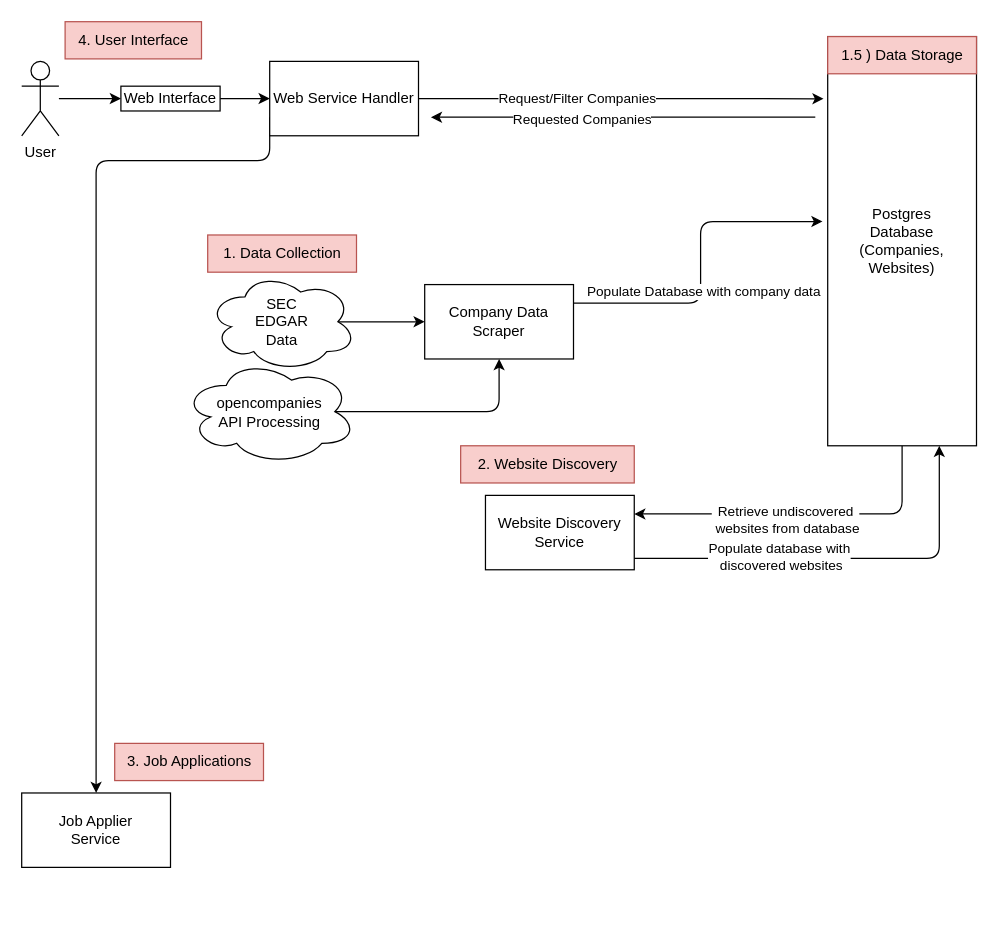
Before: system_diagram.drawio in EatonWu/search_and_apply, a draw.io diagram. Source tidied: cells renumbered, new cells numbered last; positions are measured from the earlier drawing's top-left corner, leaving out a move shared by most shapes. Both pictures are drawn from the tidied source at 124%, with x=0, y=0 at pixel (21, 21).
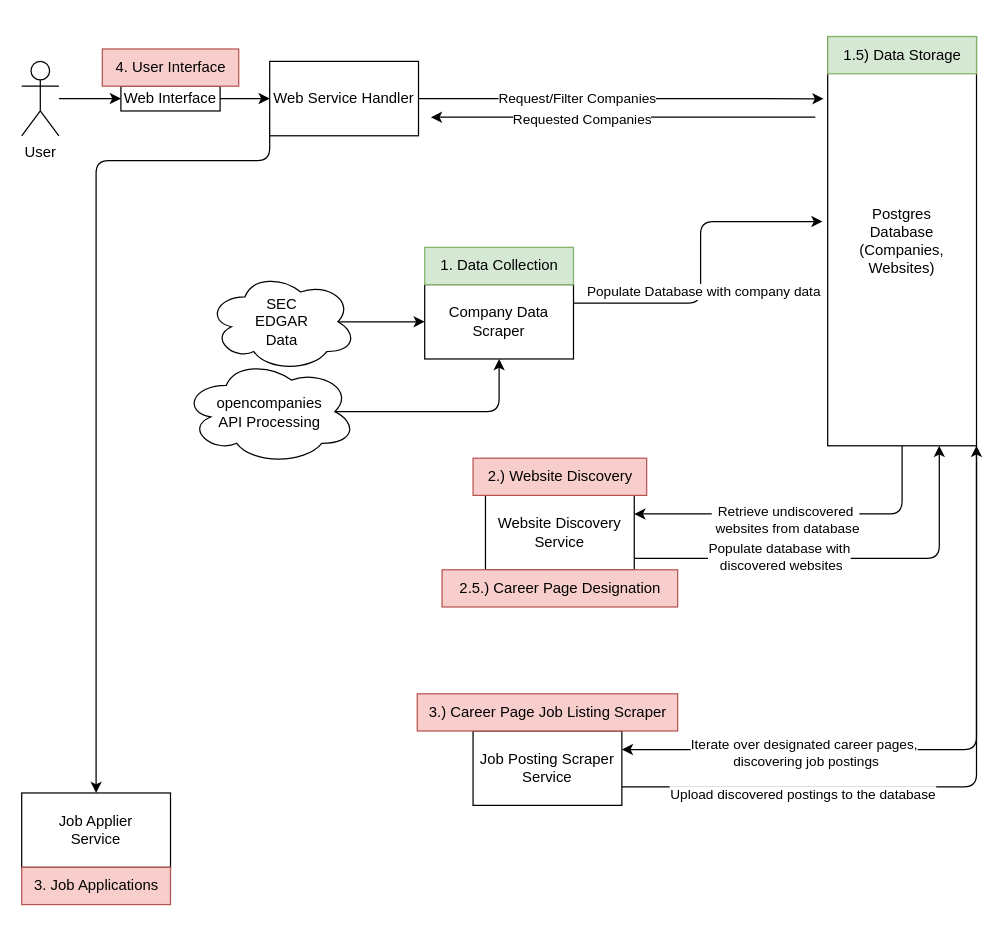
The same page after the edit.

Commit message:
Added new service to system diagram plan

Unchanged cells that the change refers to:
```xml
<mxCell id="10" value="Postgres&lt;br&gt;Database&lt;br&gt;(Companies, Websites)" style="rounded=0;whiteSpace=wrap;html=1;" parent="1" vertex="1">
  <mxGeometry x="650" y="12" width="120" height="330" as="geometry" />
</mxCell>
```

Change to the diagram source:
```diff
@@
+    <mxCell id="31" style="edgeStyle=orthogonalEdgeStyle;jettySize=auto;html=1;exitX=1;exitY=1;exitDx=0;exitDy=0;entryX=1;entryY=0.25;entryDx=0;entryDy=0;" parent="1" edge="1" source="10" target="36">
+      <mxGeometry relative="1" as="geometry" />
+    </mxCell>
+    <mxCell id="32" value="Iterate over designated career pages,&lt;br&gt;&amp;nbsp;discovering job postings" style="edgeLabel;html=1;align=center;verticalAlign=middle;" parent="31" vertex="1">
+      <mxGeometry x="0.65" y="2" relative="1" as="geometry">
+        <mxPoint x="53" as="offset" />
+      </mxGeometry>
+    </mxCell>
@@
-    <mxCell id="26" value="1. Data Collection" style="text;html=1;align=center;verticalAlign=middle;strokeColor=#b85450;fillColor=#f8cecc;" parent="1" vertex="1">
-      <mxGeometry x="150" y="172" width="120" height="30" as="geometry" />
+    <mxCell id="26" value="1. Data Collection" style="text;html=1;align=center;verticalAlign=middle;strokeColor=#82b366;fillColor=#d5e8d4;" parent="1" vertex="1">
+      <mxGeometry x="325" y="182" width="120" height="30" as="geometry" />
     </mxCell>
-    <mxCell id="27" value="2. Website Discovery" style="text;html=1;align=center;verticalAlign=middle;strokeColor=#b85450;fillColor=#f8cecc;" parent="1" vertex="1">
-      <mxGeometry x="354" y="342" width="140" height="30" as="geometry" />
+    <mxCell id="27" value="2.) Website Discovery" style="text;html=1;align=center;verticalAlign=middle;strokeColor=#b85450;fillColor=#f8cecc;" parent="1" vertex="1">
+      <mxGeometry x="364" y="352" width="140" height="30" as="geometry" />
     </mxCell>
     <mxCell id="28" value="3. Job Applications" style="text;html=1;align=center;verticalAlign=middle;strokeColor=#b85450;fillColor=#f8cecc;" parent="1" vertex="1">
-      <mxGeometry x="75" y="582" width="120" height="30" as="geometry" />
+      <mxGeometry y="682" width="120" height="30" as="geometry" />
     </mxCell>
     <mxCell id="29" value="4. User Interface" style="text;html=1;align=center;verticalAlign=middle;strokeColor=#b85450;fillColor=#f8cecc;" parent="1" vertex="1">
-      <mxGeometry x="35" width="110" height="30" as="geometry" />
+      <mxGeometry x="65" y="22" width="110" height="30" as="geometry" />
     </mxCell>
-    <mxCell id="30" value="1.5 ) Data Storage" style="text;html=1;align=center;verticalAlign=middle;strokeColor=#b85450;fillColor=#f8cecc;" parent="1" vertex="1">
+    <mxCell id="30" value="1.5) Data Storage" style="text;html=1;align=center;verticalAlign=middle;strokeColor=#82b366;fillColor=#d5e8d4;" parent="1" vertex="1">
       <mxGeometry x="650" y="12" width="120" height="30" as="geometry" />
     </mxCell>
+    <mxCell id="33" value="2.5.) Career Page Designation" style="text;html=1;align=center;verticalAlign=middle;strokeColor=#b85450;fillColor=#f8cecc;" parent="1" vertex="1">
+      <mxGeometry x="339" y="442" width="190" height="30" as="geometry" />
+    </mxCell>
+    <mxCell id="34" style="edgeStyle=orthogonalEdgeStyle;jettySize=auto;html=1;exitX=1;exitY=0.75;exitDx=0;exitDy=0;entryX=1;entryY=1;entryDx=0;entryDy=0;" parent="1" edge="1" source="36" target="10">
+      <mxGeometry relative="1" as="geometry" />
+    </mxCell>
+    <mxCell id="35" value="Upload discovered postings to the database" style="edgeLabel;html=1;align=center;verticalAlign=middle;" parent="34" vertex="1">
+      <mxGeometry x="-0.56" y="3" relative="1" as="geometry">
+        <mxPoint x="22" y="8" as="offset" />
+      </mxGeometry>
+    </mxCell>
+    <mxCell id="36" value="Job Posting Scraper Service" style="whiteSpace=wrap;html=1;" parent="1" vertex="1">
+      <mxGeometry x="364" y="572" width="120" height="60" as="geometry" />
+    </mxCell>
+    <mxCell id="37" value="3.) Career Page Job Listing Scraper" style="text;html=1;align=center;verticalAlign=middle;strokeColor=#b85450;fillColor=#f8cecc;" parent="1" vertex="1">
+      <mxGeometry x="319" y="542" width="210" height="30" as="geometry" />
+    </mxCell>
```
